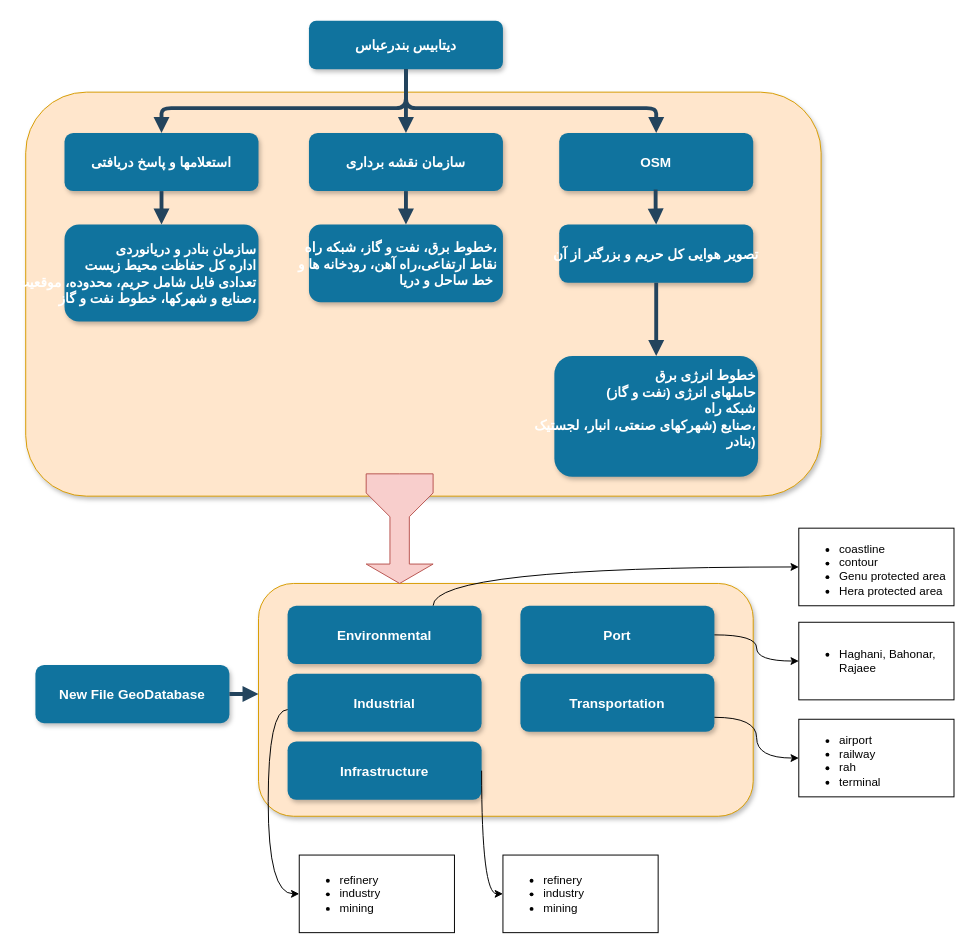
The draw.io diagram Untitled Diagram.drawio in FarnazJamali/Self-Study, before the edit. Source tidied: cells renumbered, new cells numbered last; positions are measured from the earlier drawing's top-left corner, leaving out a move shared by most shapes. Both pictures are drawn from the tidied source at 97%, with x=0, y=0 at pixel (25, 20).
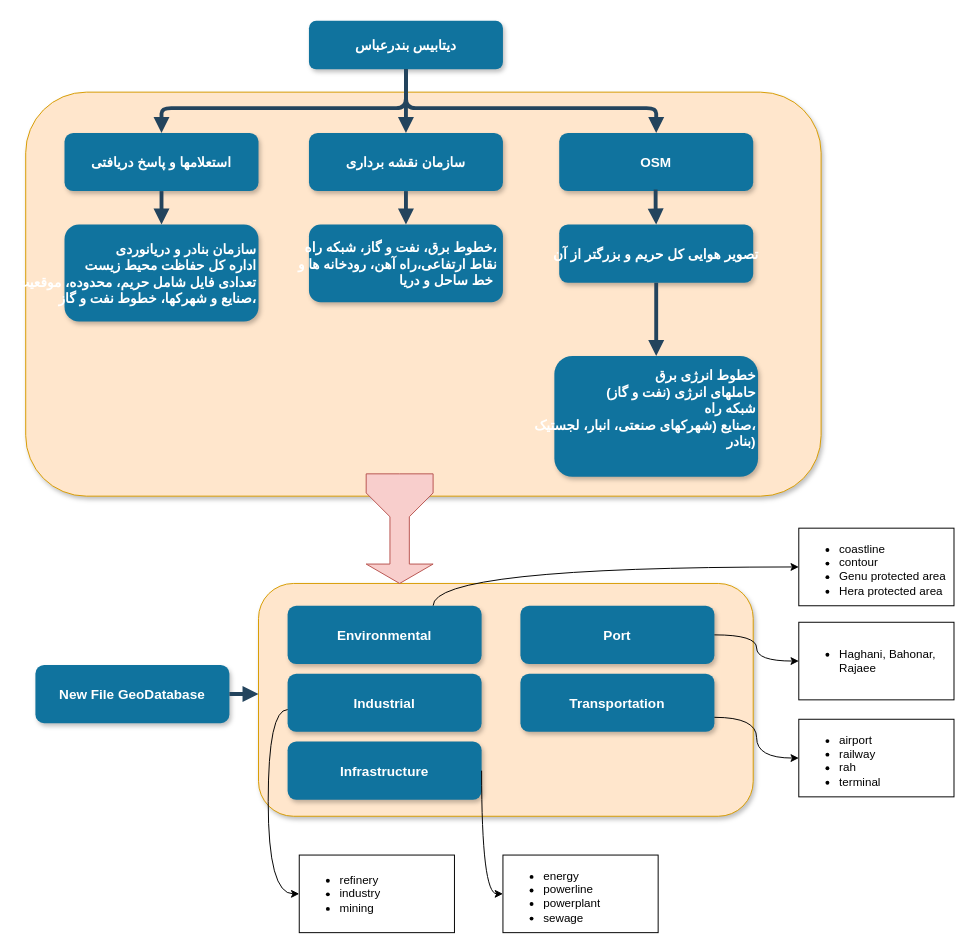
After the change.

The edit, as a diff of the source:
```diff
@@
-    <mxCell id="31" value="&lt;ul&gt;&lt;li&gt;&lt;span style=&quot;background-color: initial;&quot;&gt;refinery&lt;/span&gt;&lt;/li&gt;&lt;li&gt;industry&lt;/li&gt;&lt;li&gt;mining&lt;/li&gt;&lt;/ul&gt;" style="text;html=1;whiteSpace=wrap;verticalAlign=middle;overflow=hidden;strokeColor=default;" parent="1" vertex="1">
+    <mxCell id="31" value="&lt;ul&gt;&lt;li&gt;energy&lt;/li&gt;&lt;li&gt;powerline&lt;/li&gt;&lt;li&gt;powerplant&lt;/li&gt;&lt;li&gt;sewage&lt;/li&gt;&lt;/ul&gt;" style="text;html=1;whiteSpace=wrap;verticalAlign=middle;overflow=hidden;strokeColor=default;" parent="1" vertex="1">
       <mxGeometry x="492" y="860" width="160" height="80" as="geometry" />
     </mxCell>
```
